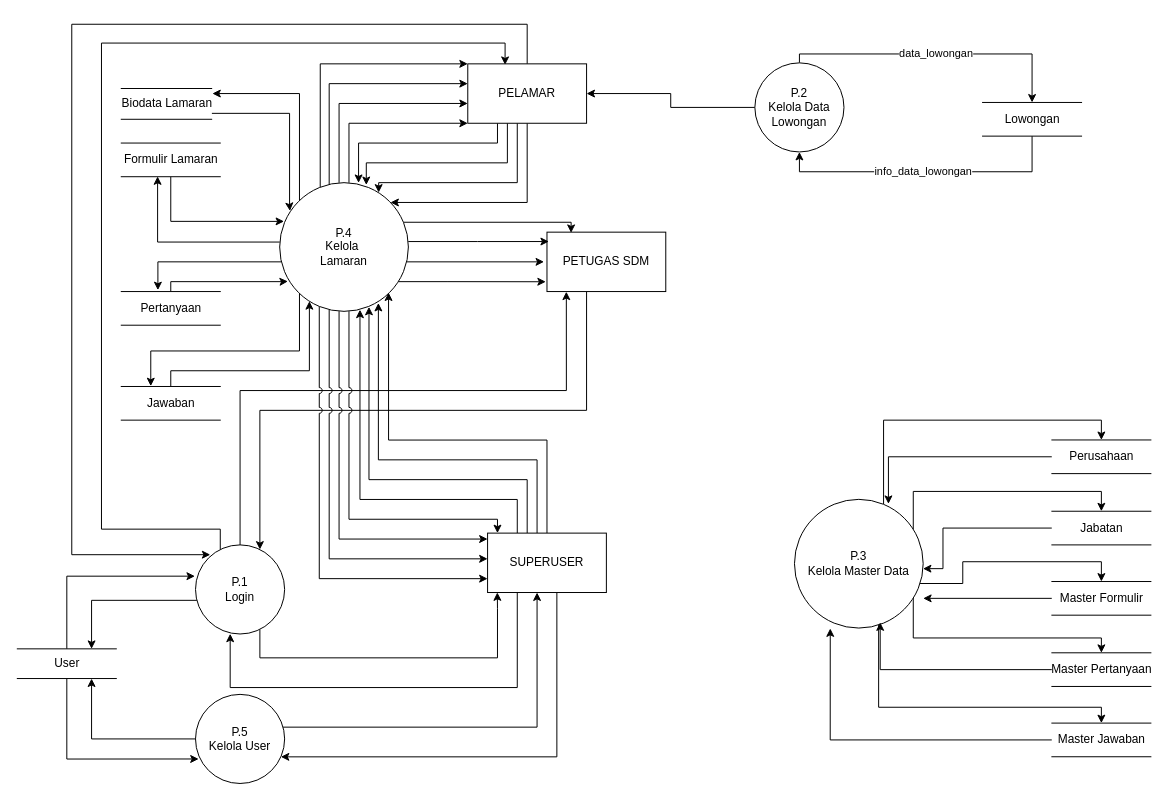
keys2505/tugas-akhir keeps this draw.io diagram as page "DFD 0" (2 of 7) of DFD v2.drawio. Above is the earlier version. Source tidied: cells renumbered, new cells numbered last; positions are measured from the earlier drawing's top-left corner, leaving out a move shared by most shapes. Both pictures are drawn from the tidied source at 99%, with x=0, y=0 at pixel (17, 24).
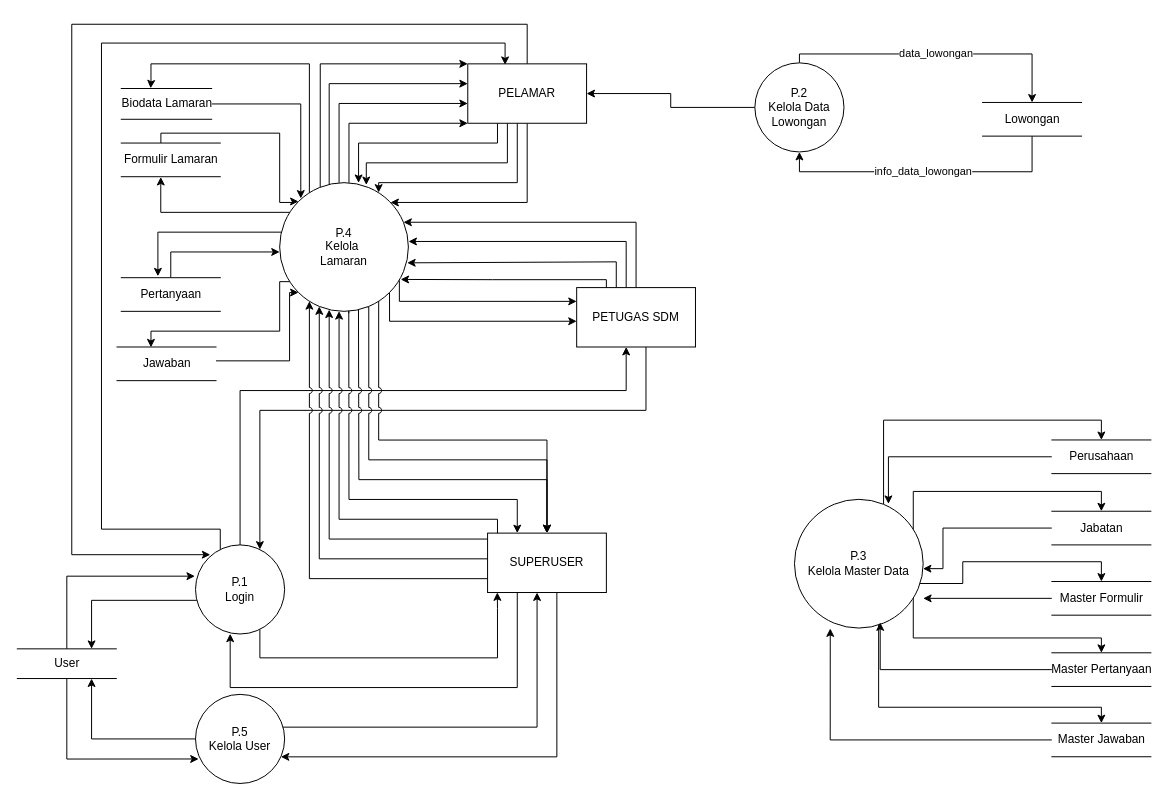
After the change.

Unchanged cells that the change refers to:
```xml
<mxCell id="6" value="&lt;div&gt;P.1&lt;/div&gt;&lt;div&gt;Login&lt;br&gt;&lt;/div&gt;" style="ellipse;whiteSpace=wrap;html=1;" parent="1" vertex="1">
  <mxGeometry x="180" y="525.9" width="90" height="90" as="geometry" />
</mxCell>
<mxCell id="21" value="SUPERUSER" style="rounded=0;whiteSpace=wrap;html=1;" parent="1" vertex="1">
  <mxGeometry x="475" y="514" width="120" height="60" as="geometry" />
</mxCell>
<mxCell id="52" value="&lt;div&gt;P.4&lt;/div&gt;&lt;div&gt;Kelola&amp;nbsp;&lt;/div&gt;&lt;div&gt;&lt;span style=&quot;background-color: initial;&quot;&gt;Lamaran&lt;/span&gt;&lt;br&gt;&lt;/div&gt;" style="ellipse;whiteSpace=wrap;html=1;" parent="1" vertex="1">
  <mxGeometry x="265" y="160" width="130" height="130" as="geometry" />
</mxCell>
<mxCell id="57" value="Formulir Lamaran" style="html=1;dashed=0;whitespace=wrap;shape=partialRectangle;right=0;left=0;" parent="1" vertex="1">
  <mxGeometry x="105" y="120" width="100" height="34" as="geometry" />
</mxCell>
<mxCell id="59" value="Biodata Lamaran" style="html=1;dashed=0;whitespace=wrap;shape=partialRectangle;right=0;left=0;" parent="1" vertex="1">
  <mxGeometry x="105" y="64.9" width="91.3" height="31.1" as="geometry" />
</mxCell>
```

Change to the diagram source:
```diff
@@
-    <mxCell id="3" style="edgeStyle=orthogonalEdgeStyle;rounded=0;jettySize=auto;html=1;entryX=0.163;entryY=1.002;entryDx=0;entryDy=0;entryPerimeter=0;" parent="1" edge="1" source="6" target="8">
+    <mxCell id="3" style="edgeStyle=orthogonalEdgeStyle;rounded=0;jettySize=auto;html=1;" parent="1" edge="1" source="6" target="8">
       <mxGeometry relative="1" as="geometry">
         <Array as="points">
           <mxPoint x="225" y="370" />
-          <mxPoint x="555" y="370" />
-          <mxPoint x="555" y="270" />
+          <mxPoint x="615" y="370" />
         </Array>
       </mxGeometry>
     </mxCell>
@@
     <mxCell id="7" style="edgeStyle=orthogonalEdgeStyle;rounded=0;jettySize=auto;html=1;" parent="1" edge="1" source="8" target="6">
       <mxGeometry relative="1" as="geometry">
         <Array as="points">
-          <mxPoint x="575" y="390" />
+          <mxPoint x="635" y="390" />
           <mxPoint x="245" y="390" />
         </Array>
       </mxGeometry>
     </mxCell>
+    <mxCell id="74" style="edgeStyle=orthogonalEdgeStyle;rounded=0;jettySize=auto;html=1;" parent="1" edge="1" source="8" target="52">
+      <mxGeometry relative="1" as="geometry">
+        <Array as="points">
+          <mxPoint x="625" y="200" />
+        </Array>
+      </mxGeometry>
+    </mxCell>
+    <mxCell id="75" style="edgeStyle=orthogonalEdgeStyle;rounded=0;jettySize=auto;html=1;entryX=1.001;entryY=0.457;entryDx=0;entryDy=0;entryPerimeter=0;" parent="1" edge="1" source="8" target="52">
+      <mxGeometry relative="1" as="geometry">
+        <Array as="points">
+          <mxPoint x="615" y="219" />
+        </Array>
+      </mxGeometry>
+    </mxCell>
+    <mxCell id="76" style="edgeStyle=orthogonalEdgeStyle;rounded=0;jettySize=auto;html=1;entryX=0.991;entryY=0.623;entryDx=0;entryDy=0;entryPerimeter=0;" parent="1" edge="1" source="8" target="52">
+      <mxGeometry relative="1" as="geometry">
+        <Array as="points">
+          <mxPoint x="605" y="240" />
+          <mxPoint x="394" y="240" />
+        </Array>
+      </mxGeometry>
+    </mxCell>
+    <mxCell id="77" style="edgeStyle=orthogonalEdgeStyle;rounded=0;jettySize=auto;html=1;entryX=0.94;entryY=0.752;entryDx=0;entryDy=0;entryPerimeter=0;" parent="1" edge="1" source="8" target="52">
+      <mxGeometry relative="1" as="geometry">
+        <Array as="points">
+          <mxPoint x="595" y="258" />
+          <mxPoint x="480" y="258" />
+        </Array>
+      </mxGeometry>
+    </mxCell>
     <mxCell id="8" value="PETUGAS SDM" style="rounded=0;whiteSpace=wrap;html=1;" parent="1" vertex="1">
-      <mxGeometry x="535" y="210" width="120" height="60" as="geometry" />
+      <mxGeometry x="565" y="266" width="120" height="60" as="geometry" />
     </mxCell>
@@
-    <mxCell id="17" style="edgeStyle=orthogonalEdgeStyle;rounded=0;jettySize=auto;html=1;exitX=0.25;exitY=0;exitDx=0;exitDy=0;entryX=0.624;entryY=0.987;entryDx=0;entryDy=0;entryPerimeter=0;" parent="1" edge="1" source="21" target="52">
+    <mxCell id="17" style="edgeStyle=orthogonalEdgeStyle;rounded=0;jettySize=auto;html=1;exitX=0.537;exitY=1.015;exitDx=0;exitDy=0;entryX=0.25;entryY=0;entryDx=0;entryDy=0;exitPerimeter=0;jumpStyle=arc;" parent="1" edge="1" source="52" target="21">
       <mxGeometry relative="1" as="geometry">
         <Array as="points">
+          <mxPoint x="335" y="288" />
+          <mxPoint x="335" y="288" />
+          <mxPoint x="335" y="480" />
           <mxPoint x="505" y="480" />
-          <mxPoint x="346" y="480" />
         </Array>
       </mxGeometry>
     </mxCell>
-    <mxCell id="18" style="edgeStyle=orthogonalEdgeStyle;rounded=0;jettySize=auto;html=1;entryX=0.694;entryY=0.965;entryDx=0;entryDy=0;entryPerimeter=0;" parent="1" edge="1" source="21" target="52">
+    <mxCell id="18" style="edgeStyle=orthogonalEdgeStyle;rounded=0;jettySize=auto;html=1;exitX=0.612;exitY=0.987;exitDx=0;exitDy=0;exitPerimeter=0;jumpStyle=arc;" parent="1" edge="1" source="52" target="21">
       <mxGeometry relative="1" as="geometry">
         <Array as="points">
-          <mxPoint x="515" y="460" />
-          <mxPoint x="355" y="460" />
+          <mxPoint x="345" y="286" />
+          <mxPoint x="345" y="286" />
+          <mxPoint x="345" y="460" />
+          <mxPoint x="535" y="460" />
         </Array>
       </mxGeometry>
     </mxCell>
-    <mxCell id="19" style="edgeStyle=orthogonalEdgeStyle;rounded=0;jettySize=auto;html=1;entryX=0.767;entryY=0.935;entryDx=0;entryDy=0;entryPerimeter=0;" parent="1" edge="1" source="21" target="52">
+    <mxCell id="19" style="edgeStyle=orthogonalEdgeStyle;rounded=0;jettySize=auto;html=1;exitX=0.682;exitY=0.965;exitDx=0;exitDy=0;exitPerimeter=0;jumpStyle=arc;" parent="1" edge="1" source="52" target="21">
       <mxGeometry relative="1" as="geometry">
         <Array as="points">
-          <mxPoint x="525" y="440" />
-          <mxPoint x="365" y="440" />
-          <mxPoint x="365" y="282" />
+          <mxPoint x="355" y="286" />
+          <mxPoint x="355" y="440" />
+          <mxPoint x="535" y="440" />
         </Array>
       </mxGeometry>
     </mxCell>
-    <mxCell id="20" style="edgeStyle=orthogonalEdgeStyle;rounded=0;jettySize=auto;html=1;entryX=0.846;entryY=0.854;entryDx=0;entryDy=0;entryPerimeter=0;" parent="1" edge="1" source="21" target="52">
+    <mxCell id="20" style="edgeStyle=orthogonalEdgeStyle;rounded=0;jettySize=auto;html=1;exitX=0.846;exitY=0.854;exitDx=0;exitDy=0;exitPerimeter=0;jumpStyle=arc;" parent="1" edge="1" source="52" target="21">
       <mxGeometry relative="1" as="geometry">
         <Array as="points">
+          <mxPoint x="365" y="271" />
+          <mxPoint x="365" y="420" />
           <mxPoint x="535" y="420" />
-          <mxPoint x="375" y="420" />
         </Array>
       </mxGeometry>
     </mxCell>
@@
-    <mxCell id="36" style="edgeStyle=orthogonalEdgeStyle;rounded=0;jettySize=auto;html=1;" parent="1" edge="1" source="52">
+    <mxCell id="36" style="edgeStyle=orthogonalEdgeStyle;rounded=0;jettySize=auto;html=1;entryX=0.325;entryY=-0.007;entryDx=0;entryDy=0;entryPerimeter=0;" parent="1" edge="1" source="52" target="59">
       <mxGeometry relative="1" as="geometry">
-        <mxPoint x="197" y="70" as="targetPoint" />
         <Array as="points">
-          <mxPoint x="285" y="70" />
-          <mxPoint x="197" y="70" />
+          <mxPoint x="295" y="40" />
+          <mxPoint x="135" y="40" />
+          <mxPoint x="135" y="60" />
         </Array>
       </mxGeometry>
     </mxCell>
-    <mxCell id="37" style="edgeStyle=orthogonalEdgeStyle;rounded=0;jettySize=auto;html=1;entryX=0.367;entryY=0.99;entryDx=0;entryDy=0;entryPerimeter=0;" parent="1" edge="1" source="52" target="57">
+    <mxCell id="37" style="edgeStyle=orthogonalEdgeStyle;rounded=0;jettySize=auto;html=1;entryX=0.399;entryY=1.01;entryDx=0;entryDy=0;entryPerimeter=0;" parent="1" edge="1" source="52" target="57">
       <mxGeometry relative="1" as="geometry">
         <Array as="points">
-          <mxPoint x="142" y="220" />
+          <mxPoint x="145" y="190" />
         </Array>
       </mxGeometry>
     </mxCell>
     <mxCell id="38" style="edgeStyle=orthogonalEdgeStyle;rounded=0;jettySize=auto;html=1;entryX=0.37;entryY=-0.042;entryDx=0;entryDy=0;entryPerimeter=0;" parent="1" edge="1" source="52" target="67">
       <mxGeometry relative="1" as="geometry">
         <Array as="points">
-          <mxPoint x="142" y="240" />
+          <mxPoint x="142" y="210" />
         </Array>
       </mxGeometry>
     </mxCell>
-    <mxCell id="39" style="edgeStyle=orthogonalEdgeStyle;rounded=0;jettySize=auto;html=1;entryX=0.298;entryY=-0.01;entryDx=0;entryDy=0;entryPerimeter=0;" parent="1" edge="1" source="52" target="69">
+    <mxCell id="39" style="edgeStyle=orthogonalEdgeStyle;rounded=0;jettySize=auto;html=1;entryX=0.343;entryY=0.01;entryDx=0;entryDy=0;entryPerimeter=0;" parent="1" edge="1" target="69">
       <mxGeometry relative="1" as="geometry">
+        <mxPoint x="285" y="272" as="sourcePoint" />
         <Array as="points">
-          <mxPoint x="285" y="330" />
-          <mxPoint x="135" y="330" />
+          <mxPoint x="285" y="260" />
+          <mxPoint x="265" y="260" />
+          <mxPoint x="265" y="310" />
+          <mxPoint x="135" y="310" />
         </Array>
       </mxGeometry>
     </mxCell>
-    <mxCell id="40" style="edgeStyle=orthogonalEdgeStyle;rounded=0;jettySize=auto;html=1;jumpStyle=arc;entryX=0;entryY=0.767;entryDx=0;entryDy=0;entryPerimeter=0;" parent="1" edge="1" source="52" target="21">
+    <mxCell id="40" style="edgeStyle=orthogonalEdgeStyle;rounded=0;jettySize=auto;html=1;jumpStyle=arc;exitX=0;exitY=0.767;exitDx=0;exitDy=0;exitPerimeter=0;" parent="1" edge="1" source="21" target="52">
       <mxGeometry relative="1" as="geometry">
         <Array as="points">
-          <mxPoint x="305" y="560" />
+          <mxPoint x="295" y="560" />
         </Array>
       </mxGeometry>
     </mxCell>
-    <mxCell id="41" style="edgeStyle=orthogonalEdgeStyle;rounded=0;jettySize=auto;html=1;entryX=0;entryY=0.433;entryDx=0;entryDy=0;entryPerimeter=0;jumpStyle=arc;" parent="1" edge="1" source="52" target="21">
+    <mxCell id="41" style="edgeStyle=orthogonalEdgeStyle;rounded=0;jettySize=auto;html=1;jumpStyle=arc;exitX=0;exitY=0.433;exitDx=0;exitDy=0;exitPerimeter=0;" parent="1" edge="1" source="21" target="52">
       <mxGeometry relative="1" as="geometry">
         <Array as="points">
-          <mxPoint x="315" y="540" />
+          <mxPoint x="305" y="540" />
         </Array>
       </mxGeometry>
     </mxCell>
-    <mxCell id="42" style="edgeStyle=orthogonalEdgeStyle;rounded=0;jettySize=auto;html=1;jumpStyle=arc;" parent="1" edge="1" source="52">
+    <mxCell id="42" style="edgeStyle=orthogonalEdgeStyle;rounded=0;jettySize=auto;html=1;jumpStyle=arc;" parent="1" edge="1" target="52">
       <mxGeometry relative="1" as="geometry">
-        <mxPoint x="475" y="520" as="targetPoint" />
+        <mxPoint x="475" y="520" as="sourcePoint" />
         <Array as="points">
-          <mxPoint x="325" y="520" />
+          <mxPoint x="315" y="520" />
         </Array>
       </mxGeometry>
     </mxCell>
-    <mxCell id="43" style="edgeStyle=orthogonalEdgeStyle;rounded=0;jettySize=auto;html=1;jumpStyle=arc;" parent="1" edge="1" source="52">
+    <mxCell id="43" style="edgeStyle=orthogonalEdgeStyle;rounded=0;jettySize=auto;html=1;jumpStyle=arc;" parent="1" edge="1" target="52">
       <mxGeometry relative="1" as="geometry">
-        <mxPoint x="485" y="514" as="targetPoint" />
+        <mxPoint x="485" y="514" as="sourcePoint" />
         <Array as="points">
-          <mxPoint x="335" y="500" />
           <mxPoint x="485" y="500" />
+          <mxPoint x="325" y="500" />
         </Array>
       </mxGeometry>
     </mxCell>
@@
-    <mxCell id="48" style="edgeStyle=orthogonalEdgeStyle;rounded=0;jettySize=auto;html=1;entryX=0.203;entryY=0.012;entryDx=0;entryDy=0;entryPerimeter=0;" parent="1" edge="1" source="52" target="8">
-      <mxGeometry relative="1" as="geometry">
-        <Array as="points">
-          <mxPoint x="559" y="200" />
-        </Array>
-      </mxGeometry>
-    </mxCell>
-    <mxCell id="49" style="edgeStyle=orthogonalEdgeStyle;rounded=0;jettySize=auto;html=1;entryX=0.016;entryY=0.158;entryDx=0;entryDy=0;entryPerimeter=0;" parent="1" edge="1" source="52" target="8">
-      <mxGeometry relative="1" as="geometry">
-        <Array as="points">
-          <mxPoint x="465" y="220" />
-        </Array>
-      </mxGeometry>
-    </mxCell>
-    <mxCell id="50" style="edgeStyle=orthogonalEdgeStyle;rounded=0;jettySize=auto;html=1;" parent="1" edge="1" source="52">
-      <mxGeometry relative="1" as="geometry">
-        <mxPoint x="532" y="240" as="targetPoint" />
-        <Array as="points">
-          <mxPoint x="532" y="240" />
-        </Array>
-      </mxGeometry>
-    </mxCell>
-    <mxCell id="51" style="edgeStyle=orthogonalEdgeStyle;rounded=0;jettySize=auto;html=1;entryX=-0.01;entryY=0.835;entryDx=0;entryDy=0;entryPerimeter=0;" parent="1" edge="1" source="52" target="8">
-      <mxGeometry relative="1" as="geometry">
-        <Array as="points">
-          <mxPoint x="435" y="260" />
-          <mxPoint x="435" y="260" />
-        </Array>
-      </mxGeometry>
-    </mxCell>
+    <mxCell id="78" style="edgeStyle=orthogonalEdgeStyle;rounded=0;jettySize=auto;html=1;exitX=0.93;exitY=0.759;exitDx=0;exitDy=0;exitPerimeter=0;entryX=0;entryY=0.232;entryDx=0;entryDy=0;entryPerimeter=0;" parent="1" edge="1" source="52" target="8">
+      <mxGeometry relative="1" as="geometry">
+        <Array as="points">
+          <mxPoint x="386" y="280" />
+        </Array>
+      </mxGeometry>
+    </mxCell>
+    <mxCell id="79" style="edgeStyle=orthogonalEdgeStyle;rounded=0;jettySize=auto;html=1;exitX=1;exitY=1;exitDx=0;exitDy=0;" parent="1" edge="1" source="52">
+      <mxGeometry relative="1" as="geometry">
+        <mxPoint x="565" y="300" as="targetPoint" />
+        <Array as="points">
+          <mxPoint x="376" y="300" />
+          <mxPoint x="565" y="300" />
+        </Array>
+      </mxGeometry>
+    </mxCell>
@@
-    <mxCell id="56" style="edgeStyle=orthogonalEdgeStyle;rounded=0;jettySize=auto;html=1;entryX=0.034;entryY=0.301;entryDx=0;entryDy=0;entryPerimeter=0;" parent="1" edge="1" source="57" target="52">
+    <mxCell id="56" style="edgeStyle=orthogonalEdgeStyle;rounded=0;jettySize=auto;html=1;entryX=0;entryY=0;entryDx=0;entryDy=0;" parent="1" edge="1" source="57" target="52">
       <mxGeometry relative="1" as="geometry">
         <Array as="points">
-          <mxPoint x="155" y="199" />
+          <mxPoint x="145" y="110" />
+          <mxPoint x="265" y="110" />
+          <mxPoint x="265" y="180" />
+          <mxPoint x="278" y="180" />
         </Array>
       </mxGeometry>
     </mxCell>
@@
-    <mxCell id="58" style="edgeStyle=orthogonalEdgeStyle;rounded=0;jettySize=auto;html=1;entryX=0.08;entryY=0.22;entryDx=0;entryDy=0;entryPerimeter=0;" parent="1" edge="1" source="59" target="52">
-      <mxGeometry relative="1" as="geometry">
-        <Array as="points">
-          <mxPoint x="275" y="90" />
-          <mxPoint x="275" y="184" />
-          <mxPoint x="275" y="184" />
-        </Array>
-      </mxGeometry>
+    <mxCell id="58" style="edgeStyle=orthogonalEdgeStyle;rounded=0;jettySize=auto;html=1;entryX=0.164;entryY=0.123;entryDx=0;entryDy=0;entryPerimeter=0;" parent="1" edge="1" source="59" target="52">
+      <mxGeometry relative="1" as="geometry" />
     </mxCell>
@@
-    <mxCell id="66" style="edgeStyle=orthogonalEdgeStyle;rounded=0;jettySize=auto;html=1;entryX=0.064;entryY=0.767;entryDx=0;entryDy=0;entryPerimeter=0;" parent="1" edge="1" source="67" target="52">
+    <mxCell id="66" style="edgeStyle=orthogonalEdgeStyle;rounded=0;jettySize=auto;html=1;" parent="1" edge="1" source="67">
       <mxGeometry relative="1" as="geometry">
+        <mxPoint x="265" y="230" as="targetPoint" />
         <Array as="points">
-          <mxPoint x="155" y="260" />
-          <mxPoint x="268" y="260" />
+          <mxPoint x="155" y="230" />
+          <mxPoint x="265" y="230" />
         </Array>
       </mxGeometry>
     </mxCell>
     <mxCell id="67" value="Pertanyaan" style="html=1;dashed=0;whitespace=wrap;shape=partialRectangle;right=0;left=0;" parent="1" vertex="1">
-      <mxGeometry x="105" y="270" width="100" height="34" as="geometry" />
+      <mxGeometry x="105" y="256" width="100" height="34" as="geometry" />
     </mxCell>
-    <mxCell id="68" style="edgeStyle=orthogonalEdgeStyle;rounded=0;jettySize=auto;html=1;" parent="1" edge="1" source="69" target="52">
+    <mxCell id="68" style="edgeStyle=orthogonalEdgeStyle;rounded=0;jettySize=auto;html=1;entryX=0;entryY=1;entryDx=0;entryDy=0;" parent="1" edge="1" source="69" target="52">
       <mxGeometry relative="1" as="geometry">
         <Array as="points">
-          <mxPoint x="155" y="350" />
-          <mxPoint x="295" y="350" />
+          <mxPoint x="275" y="340" />
+          <mxPoint x="275" y="271" />
         </Array>
       </mxGeometry>
     </mxCell>
     <mxCell id="69" value="Jawaban" style="html=1;dashed=0;whitespace=wrap;shape=partialRectangle;right=0;left=0;" parent="1" vertex="1">
-      <mxGeometry x="105" y="365.9" width="100" height="34" as="geometry" />
+      <mxGeometry x="100.7" y="326" width="100" height="34" as="geometry" />
     </mxCell>
```
